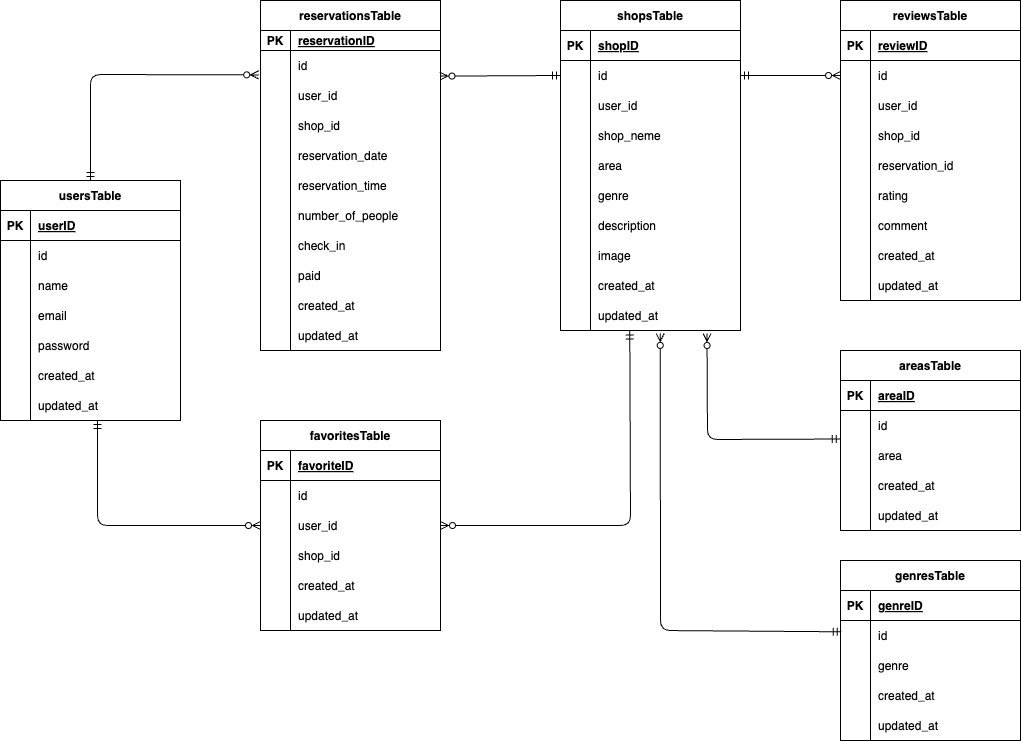
Above: src/.drawio.png in uchi-a000/ReservationSystem (draw.io), before the change. Source tidied: cells renumbered, new cells last; positions are measured from the earlier drawing's top-left corner, leaving out a move shared by most shapes.
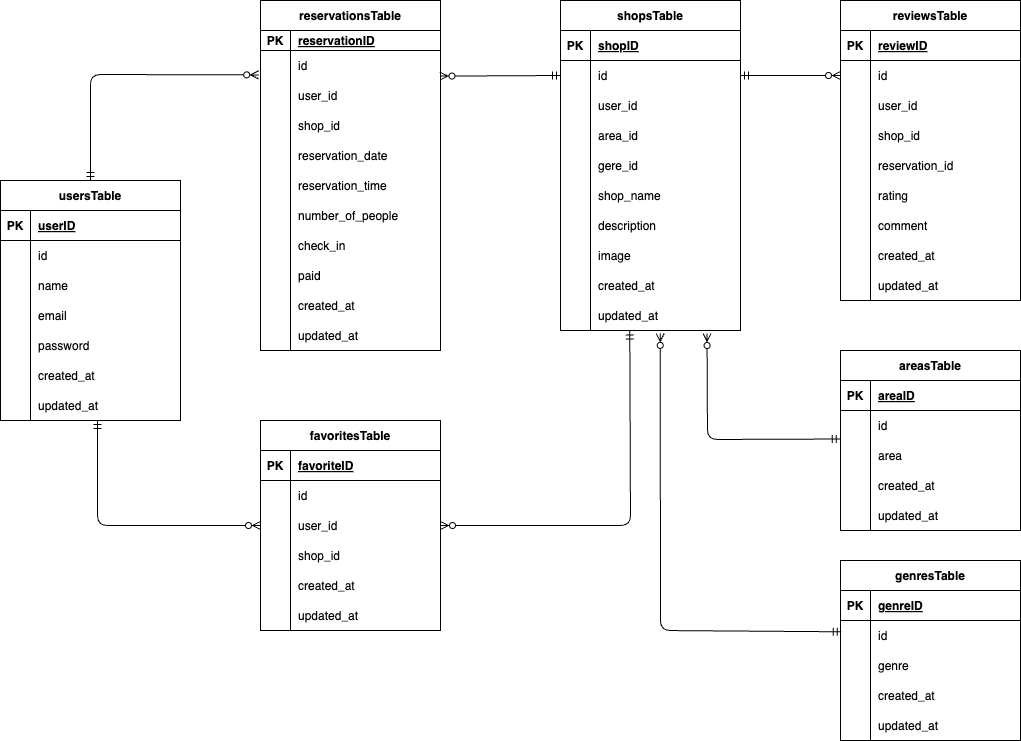
The same diagram one commit later.

What changed in the source:
```diff
@@ -104,7 +104,7 @@
     <mxCell id="35" style="shape=partialRectangle;fillColor=none;top=0;left=0;bottom=0;right=0;overflow=hidden;" parent="34" vertex="1">
       <mxGeometry width="30" height="30" as="geometry" />
     </mxCell>
-    <mxCell id="36" value="shop_neme" style="shape=partialRectangle;fillColor=none;top=0;left=0;bottom=0;right=0;align=left;spacingLeft=6;overflow=hidden;" parent="34" vertex="1">
+    <mxCell id="36" value="area_id" style="shape=partialRectangle;fillColor=none;top=0;left=0;bottom=0;right=0;align=left;spacingLeft=6;overflow=hidden;" parent="34" vertex="1">
       <mxGeometry x="30" width="150" height="30" as="geometry" />
     </mxCell>
     <mxCell id="37" style="shape=tableRow;horizontal=0;startSize=0;swimlaneHead=0;swimlaneBody=0;fillColor=none;top=0;left=0;right=0;bottom=0;" parent="24" vertex="1">
@@ -113,7 +113,7 @@
     <mxCell id="38" style="shape=partialRectangle;fillColor=none;top=0;left=0;bottom=0;right=0;overflow=hidden;" parent="37" vertex="1">
       <mxGeometry width="30" height="30" as="geometry" />
     </mxCell>
-    <mxCell id="39" value="area" style="shape=partialRectangle;fillColor=none;top=0;left=0;bottom=0;right=0;align=left;spacingLeft=6;overflow=hidden;" parent="37" vertex="1">
+    <mxCell id="39" value="gere_id" style="shape=partialRectangle;fillColor=none;top=0;left=0;bottom=0;right=0;align=left;spacingLeft=6;overflow=hidden;" parent="37" vertex="1">
       <mxGeometry x="30" width="150" height="30" as="geometry" />
     </mxCell>
     <mxCell id="40" style="shape=tableRow;horizontal=0;startSize=0;swimlaneHead=0;swimlaneBody=0;fillColor=none;top=0;left=0;right=0;bottom=0;" parent="24" vertex="1">
@@ -122,7 +122,7 @@
     <mxCell id="41" style="shape=partialRectangle;fillColor=none;top=0;left=0;bottom=0;right=0;overflow=hidden;" parent="40" vertex="1">
       <mxGeometry width="30" height="30" as="geometry" />
     </mxCell>
-    <mxCell id="42" value="genre" style="shape=partialRectangle;fillColor=none;top=0;left=0;bottom=0;right=0;align=left;spacingLeft=6;overflow=hidden;" parent="40" vertex="1">
+    <mxCell id="42" value="shop_name" style="shape=partialRectangle;fillColor=none;top=0;left=0;bottom=0;right=0;align=left;spacingLeft=6;overflow=hidden;" parent="40" vertex="1">
       <mxGeometry x="30" width="150" height="30" as="geometry" />
     </mxCell>
     <mxCell id="43" style="shape=tableRow;horizontal=0;startSize=0;swimlaneHead=0;swimlaneBody=0;fillColor=none;top=0;left=0;right=0;bottom=0;" parent="24" vertex="1">
```
